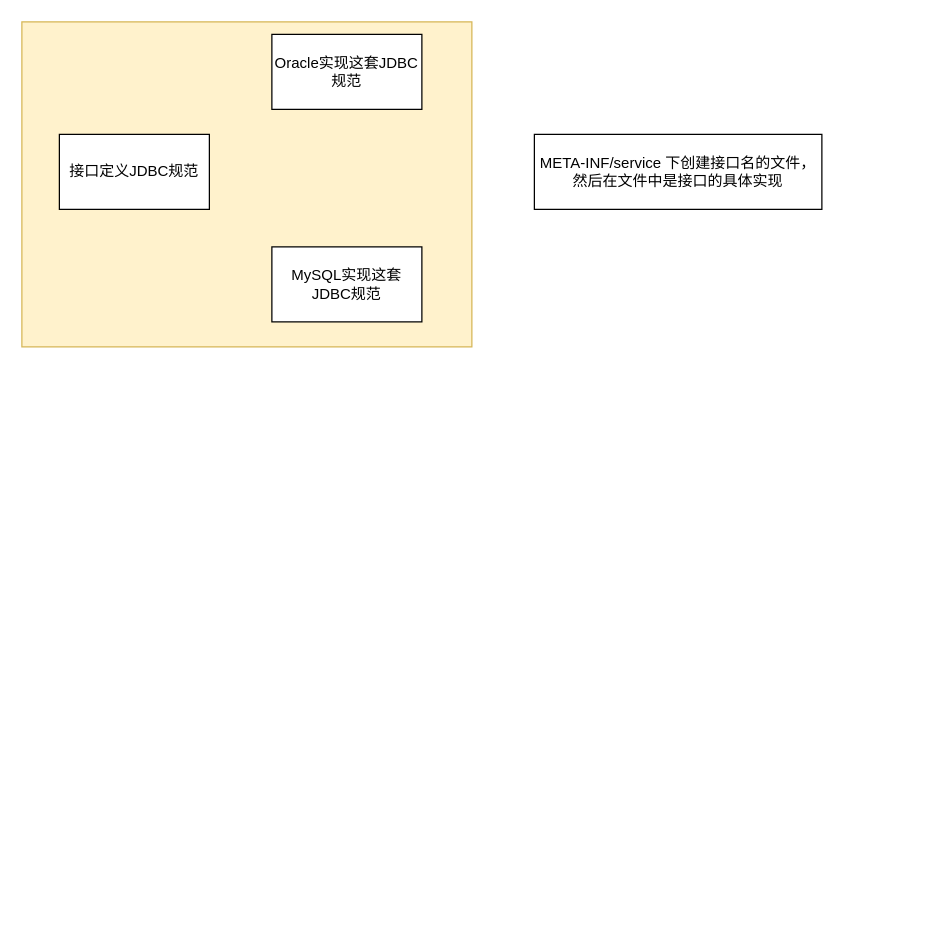
This is spring源码学习.drawio from niuxiaocong/nyc-jvm, a draw.io file, before an edit. Source tidied: cells renumbered, new cells numbered last; positions are measured from the earlier drawing's top-left corner, leaving out a move shared by most shapes. Both pictures are drawn from the tidied source at 125%, with x=0, y=0 at pixel (21, 21).
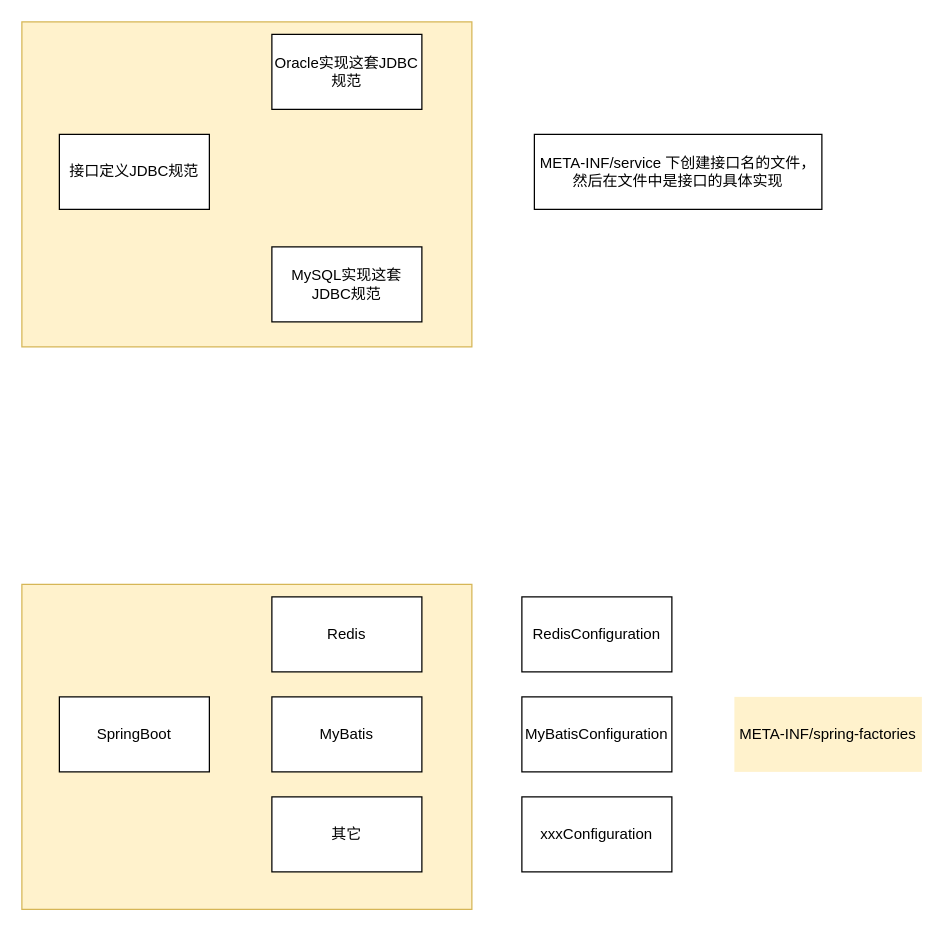
Above is the later version.

The edit, as a diff of the source:
```diff
@@
 <mxGraphModel>
   <root>
     <mxCell id="0" />
     <mxCell id="1" parent="0" />
     <mxCell id="2" style="rounded=0;whiteSpace=wrap;html=1;fillColor=#fff2cc;strokeColor=#d6b656;" parent="1" vertex="1">
       <mxGeometry width="360" height="260" as="geometry" />
     </mxCell>
     <mxCell id="3" value="接口定义JDBC规范" style="rounded=0;whiteSpace=wrap;html=1;" parent="1" vertex="1">
       <mxGeometry x="30" y="90" width="120" height="60" as="geometry" />
     </mxCell>
     <mxCell id="4" value="Oracle实现这套JDBC规范" style="rounded=0;whiteSpace=wrap;html=1;" parent="1" vertex="1">
       <mxGeometry x="200" y="10" width="120" height="60" as="geometry" />
     </mxCell>
     <mxCell id="5" value="MySQL实现这套JDBC规范" style="rounded=0;whiteSpace=wrap;html=1;" parent="1" vertex="1">
       <mxGeometry x="200" y="180" width="120" height="60" as="geometry" />
     </mxCell>
     <mxCell id="6" value="META-INF/service 下创建接口名的文件，然后在文件中是接口的具体实现" style="rounded=0;whiteSpace=wrap;html=1;" parent="1" vertex="1">
       <mxGeometry x="410" y="90" width="230" height="60" as="geometry" />
     </mxCell>
+    <mxCell id="7" style="rounded=0;whiteSpace=wrap;html=1;fillColor=#fff2cc;strokeColor=#d6b656;" parent="1" vertex="1">
+      <mxGeometry y="450" width="360" height="260" as="geometry" />
+    </mxCell>
+    <mxCell id="8" value="SpringBoot" style="rounded=0;whiteSpace=wrap;html=1;" parent="1" vertex="1">
+      <mxGeometry x="30" y="540" width="120" height="60" as="geometry" />
+    </mxCell>
+    <mxCell id="9" value="Redis" style="rounded=0;whiteSpace=wrap;html=1;" parent="1" vertex="1">
+      <mxGeometry x="200" y="460" width="120" height="60" as="geometry" />
+    </mxCell>
+    <mxCell id="10" value="MyBatis" style="rounded=0;whiteSpace=wrap;html=1;" parent="1" vertex="1">
+      <mxGeometry x="200" y="540" width="120" height="60" as="geometry" />
+    </mxCell>
+    <mxCell id="11" value="META-INF/spring-factories" style="rounded=0;whiteSpace=wrap;html=1;fillColor=#fff2cc;strokeColor=none;" parent="1" vertex="1">
+      <mxGeometry x="570" y="540" width="150" height="60" as="geometry" />
+    </mxCell>
+    <mxCell id="12" value="其它" style="rounded=0;whiteSpace=wrap;html=1;" parent="1" vertex="1">
+      <mxGeometry x="200" y="620" width="120" height="60" as="geometry" />
+    </mxCell>
+    <mxCell id="13" value="RedisConfiguration" style="rounded=0;whiteSpace=wrap;html=1;" parent="1" vertex="1">
+      <mxGeometry x="400" y="460" width="120" height="60" as="geometry" />
+    </mxCell>
+    <mxCell id="14" value="MyBatisConfiguration" style="rounded=0;whiteSpace=wrap;html=1;" parent="1" vertex="1">
+      <mxGeometry x="400" y="540" width="120" height="60" as="geometry" />
+    </mxCell>
+    <mxCell id="15" value="xxxConfiguration" style="rounded=0;whiteSpace=wrap;html=1;" parent="1" vertex="1">
+      <mxGeometry x="400" y="620" width="120" height="60" as="geometry" />
+    </mxCell>
   </root>
 </mxGraphModel>
```
